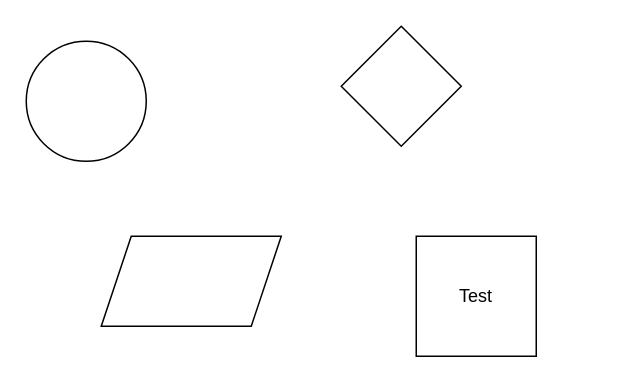
jonathan-r-thorpe/nmos-authorization-implementers-guide keeps this draw.io diagram as docs/Untitled Diagram.drawio. Above is the earlier version. Source tidied: cells renumbered, new cells numbered last; positions are measured from the earlier drawing's top-left corner, leaving out a move shared by most shapes. Both pictures are drawn from the tidied source at 150%, with x=0, y=0 at pixel (26, 26).
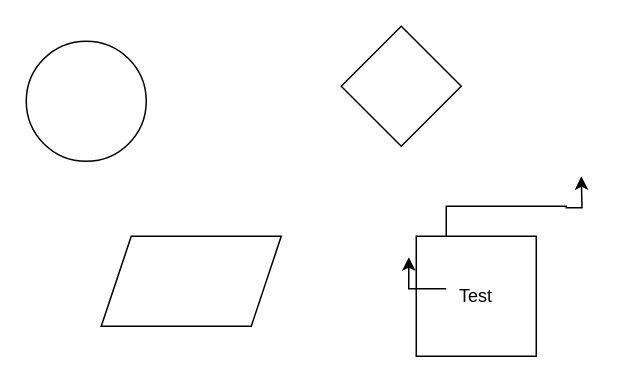
The same diagram, later.

What changed in the source:
```diff
@@
 <mxGraphModel>
   <root>
     <mxCell id="0" />
     <mxCell id="1" parent="0" />
+    <mxCell id="7" style="edgeStyle=orthogonalEdgeStyle;rounded=0;jettySize=auto;html=1;exitX=0.25;exitY=0;exitDx=0;exitDy=0;" parent="1" edge="1" source="2">
+      <mxGeometry relative="1" as="geometry">
+        <mxPoint x="370" y="100" as="targetPoint" />
+      </mxGeometry>
+    </mxCell>
     <mxCell id="2" style="whiteSpace=wrap;html=1;" parent="1" vertex="1">
       <mxGeometry x="260" y="140" width="80" height="80" as="geometry" />
     </mxCell>
     <mxCell id="3" style="ellipse;whiteSpace=wrap;html=1;" parent="1" vertex="1">
       <mxGeometry y="10" width="80" height="80" as="geometry" />
     </mxCell>
     <mxCell id="4" style="shape=parallelogram;perimeter=parallelogramPerimeter;whiteSpace=wrap;html=1;fixedSize=1;" parent="1" vertex="1">
       <mxGeometry x="50" y="140" width="120" height="60" as="geometry" />
     </mxCell>
     <mxCell id="5" style="rhombus;whiteSpace=wrap;html=1;" parent="1" vertex="1">
       <mxGeometry x="210" width="80" height="80" as="geometry" />
     </mxCell>
+    <mxCell id="8" style="edgeStyle=orthogonalEdgeStyle;rounded=0;jettySize=auto;html=1;exitX=0;exitY=0.25;exitDx=0;exitDy=0;entryX=-0.062;entryY=0.175;entryDx=0;entryDy=0;entryPerimeter=0;" parent="1" edge="1" source="6" target="2">
+      <mxGeometry relative="1" as="geometry" />
+    </mxCell>
     <mxCell id="6" value="Test" style="text;html=1;strokeColor=none;fillColor=none;align=center;verticalAlign=middle;whiteSpace=wrap;rounded=0;" parent="1" vertex="1">
       <mxGeometry x="280" y="170" width="40" height="20" as="geometry" />
     </mxCell>
   </root>
 </mxGraphModel>
```
